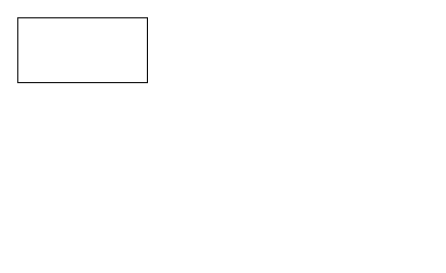
Above: Untitled Diagram.drawio in GitHubFor122/sharing (draw.io), before the change. Source tidied: cells renumbered, new cells numbered last; positions are measured from the earlier drawing's top-left corner, leaving out a move shared by most shapes. Both pictures are drawn from the tidied source at 108%, with x=0, y=0 at pixel (17, 17).
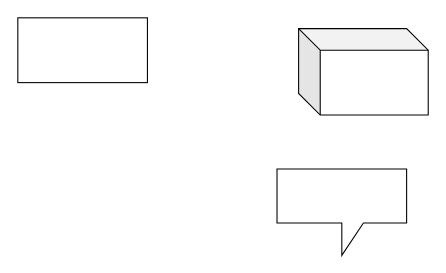
Above is the later version.

Change to the diagram source:
```diff
@@
 <mxGraphModel>
   <root>
     <mxCell id="0" />
     <mxCell id="1" parent="0" />
     <mxCell id="2" style="rounded=0;whiteSpace=wrap;html=1;" parent="1" vertex="1">
       <mxGeometry width="120" height="60" as="geometry" />
     </mxCell>
+    <mxCell id="3" style="shape=callout;whiteSpace=wrap;html=1;perimeter=calloutPerimeter;" parent="1" vertex="1">
+      <mxGeometry x="240" y="140" width="120" height="80" as="geometry" />
+    </mxCell>
+    <mxCell id="4" style="shape=cube;whiteSpace=wrap;html=1;boundedLbl=1;backgroundOutline=1;darkOpacity=0.05;darkOpacity2=0.1;" parent="1" vertex="1">
+      <mxGeometry x="260" y="10" width="120" height="80" as="geometry" />
+    </mxCell>
   </root>
 </mxGraphModel>
```
